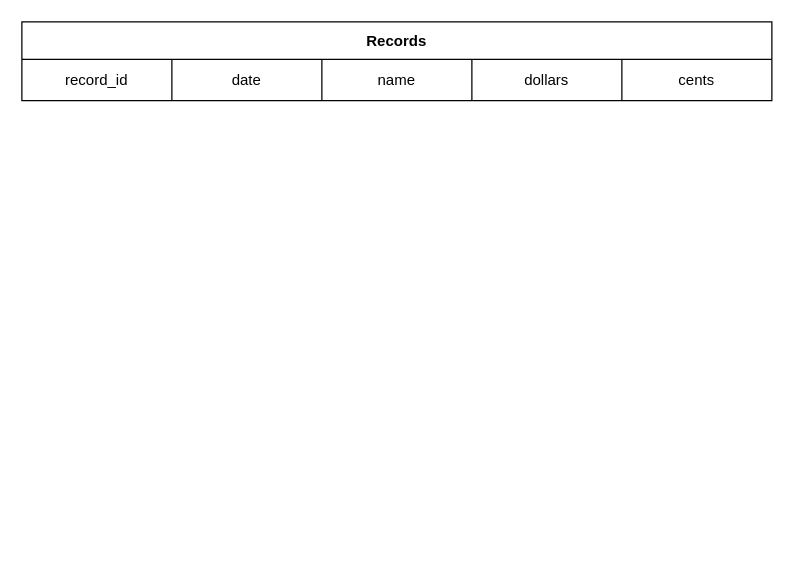
Above: Diagrams/database.drawio in Josh-Ship/Shop-Managment (draw.io), before the change. Source tidied: cells renumbered, new cells numbered last; positions are measured from the earlier drawing's top-left corner, leaving out a move shared by most shapes. Both pictures are drawn from the tidied source at 125%, with x=0, y=0 at pixel (21, 21).
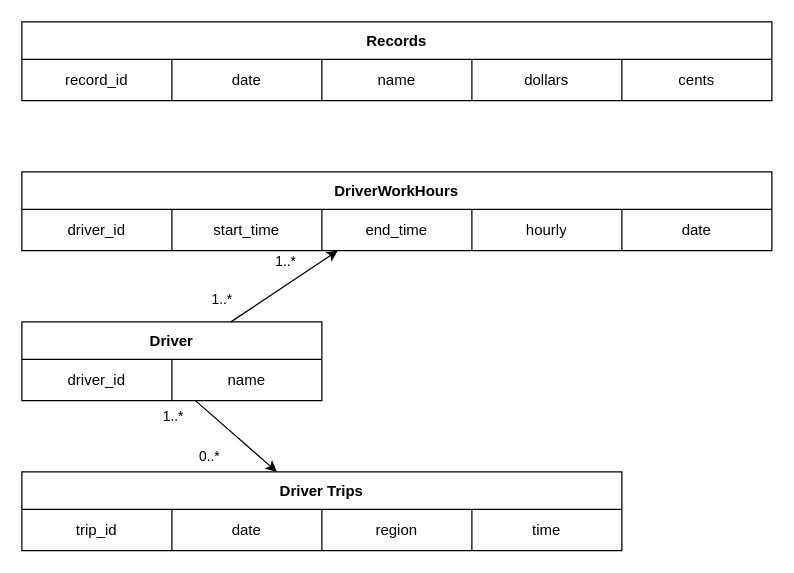
The same page after the edit.

Change to the diagram source:
```diff
@@
+    <mxCell id="9" value="Driver Trips" style="shape=table;startSize=30;childLayout=tableLayout;fontStyle=1;align=center;" parent="1" vertex="1">
+      <mxGeometry y="360" width="480" height="63" as="geometry" />
+    </mxCell>
+    <mxCell id="10" style="shape=tableRow;horizontal=0;startSize=0;swimlaneHead=0;swimlaneBody=0;top=0;left=0;bottom=0;right=0;fillColor=none;" parent="9" vertex="1">
+      <mxGeometry y="30" width="480" height="33" as="geometry" />
+    </mxCell>
+    <mxCell id="11" value="trip_id" style="shape=partialRectangle;html=1;whiteSpace=wrap;fillColor=none;top=0;left=0;bottom=0;right=0;overflow=hidden;" parent="10" vertex="1">
+      <mxGeometry width="120" height="33" as="geometry" />
+    </mxCell>
+    <mxCell id="12" value="date" style="shape=partialRectangle;html=1;whiteSpace=wrap;fillColor=none;top=0;left=0;bottom=0;right=0;overflow=hidden;" parent="10" vertex="1">
+      <mxGeometry x="120" width="120" height="33" as="geometry" />
+    </mxCell>
+    <mxCell id="13" value="region" style="shape=partialRectangle;html=1;whiteSpace=wrap;fillColor=none;top=0;left=0;bottom=0;right=0;overflow=hidden;" parent="10" vertex="1">
+      <mxGeometry x="240" width="120" height="33" as="geometry" />
+    </mxCell>
+    <mxCell id="14" value="time" style="shape=partialRectangle;html=1;whiteSpace=wrap;fillColor=none;top=0;left=0;bottom=0;right=0;overflow=hidden;" parent="10" vertex="1">
+      <mxGeometry x="360" width="120" height="33" as="geometry" />
+    </mxCell>
+    <mxCell id="15" value="Driver" style="shape=table;startSize=30;childLayout=tableLayout;fontStyle=1;align=center;" parent="1" vertex="1">
+      <mxGeometry y="240" width="240" height="63" as="geometry" />
+    </mxCell>
+    <mxCell id="16" style="shape=tableRow;horizontal=0;startSize=0;swimlaneHead=0;swimlaneBody=0;top=0;left=0;bottom=0;right=0;fillColor=none;points=[[0,0.5],[1,0.5]];portConstraint=eastwest;" parent="15" vertex="1">
+      <mxGeometry y="30" width="240" height="33" as="geometry" />
+    </mxCell>
+    <mxCell id="17" value="driver_id" style="shape=partialRectangle;html=1;whiteSpace=wrap;fillColor=none;top=0;left=0;bottom=0;right=0;overflow=hidden;" parent="16" vertex="1">
+      <mxGeometry width="120" height="33" as="geometry" />
+    </mxCell>
+    <mxCell id="18" value="name" style="shape=partialRectangle;html=1;whiteSpace=wrap;fillColor=none;top=0;left=0;bottom=0;right=0;overflow=hidden;" parent="16" vertex="1">
+      <mxGeometry x="120" width="120" height="33" as="geometry" />
+    </mxCell>
+    <mxCell id="19" style="endArrow=classic;html=1;" parent="1" edge="1" source="16" target="9">
+      <mxGeometry relative="1" as="geometry" />
+    </mxCell>
+    <mxCell id="20" value="1..*" style="edgeLabel;html=1;align=center;verticalAlign=middle;" parent="19" vertex="1">
+      <mxGeometry x="-0.56" relative="1" as="geometry">
+        <mxPoint x="-33" as="offset" />
+      </mxGeometry>
+    </mxCell>
+    <mxCell id="21" value="0..*" style="edgeLabel;html=1;align=center;verticalAlign=middle;" parent="19" vertex="1">
+      <mxGeometry x="0.55" y="-1" relative="1" as="geometry">
+        <mxPoint x="-39" as="offset" />
+      </mxGeometry>
+    </mxCell>
+    <mxCell id="22" value="DriverWorkHours" style="shape=table;startSize=30;childLayout=tableLayout;fontStyle=1;align=center;" parent="1" vertex="1">
+      <mxGeometry y="120" width="600" height="63" as="geometry" />
+    </mxCell>
+    <mxCell id="23" style="shape=tableRow;horizontal=0;startSize=0;swimlaneHead=0;swimlaneBody=0;top=0;left=0;bottom=0;right=0;fillColor=none;" parent="22" vertex="1">
+      <mxGeometry y="30" width="600" height="33" as="geometry" />
+    </mxCell>
+    <mxCell id="24" value="driver_id" style="shape=partialRectangle;html=1;whiteSpace=wrap;fillColor=none;top=0;left=0;bottom=0;right=0;overflow=hidden;" parent="23" vertex="1">
+      <mxGeometry width="120" height="33" as="geometry" />
+    </mxCell>
+    <mxCell id="25" value="start_time" style="shape=partialRectangle;html=1;whiteSpace=wrap;fillColor=none;top=0;left=0;bottom=0;right=0;overflow=hidden;" parent="23" vertex="1">
+      <mxGeometry x="120" width="120" height="33" as="geometry" />
+    </mxCell>
+    <mxCell id="26" value="end_time" style="shape=partialRectangle;html=1;whiteSpace=wrap;fillColor=none;top=0;left=0;bottom=0;right=0;overflow=hidden;" parent="23" vertex="1">
+      <mxGeometry x="240" width="120" height="33" as="geometry" />
+    </mxCell>
+    <mxCell id="27" value="hourly" style="shape=partialRectangle;html=1;whiteSpace=wrap;fillColor=none;top=0;left=0;bottom=0;right=0;overflow=hidden;" parent="23" vertex="1">
+      <mxGeometry x="360" width="120" height="33" as="geometry" />
+    </mxCell>
+    <mxCell id="28" value="date" style="shape=partialRectangle;html=1;whiteSpace=wrap;fillColor=none;top=0;left=0;bottom=0;right=0;overflow=hidden;" parent="23" vertex="1">
+      <mxGeometry x="480" width="120" height="33" as="geometry" />
+    </mxCell>
+    <mxCell id="29" style="endArrow=classic;html=1;" parent="1" edge="1" source="15" target="22">
+      <mxGeometry relative="1" as="geometry" />
+    </mxCell>
+    <mxCell id="30" value="1..*" style="edgeLabel;html=1;align=center;verticalAlign=middle;" parent="29" vertex="1">
+      <mxGeometry x="-0.43" y="3" relative="1" as="geometry">
+        <mxPoint x="-30" as="offset" />
+      </mxGeometry>
+    </mxCell>
+    <mxCell id="31" value="1..*" style="edgeLabel;html=1;align=center;verticalAlign=middle;" parent="29" vertex="1">
+      <mxGeometry x="0.64" y="2" relative="1" as="geometry">
+        <mxPoint x="-26" as="offset" />
+      </mxGeometry>
+    </mxCell>
```
